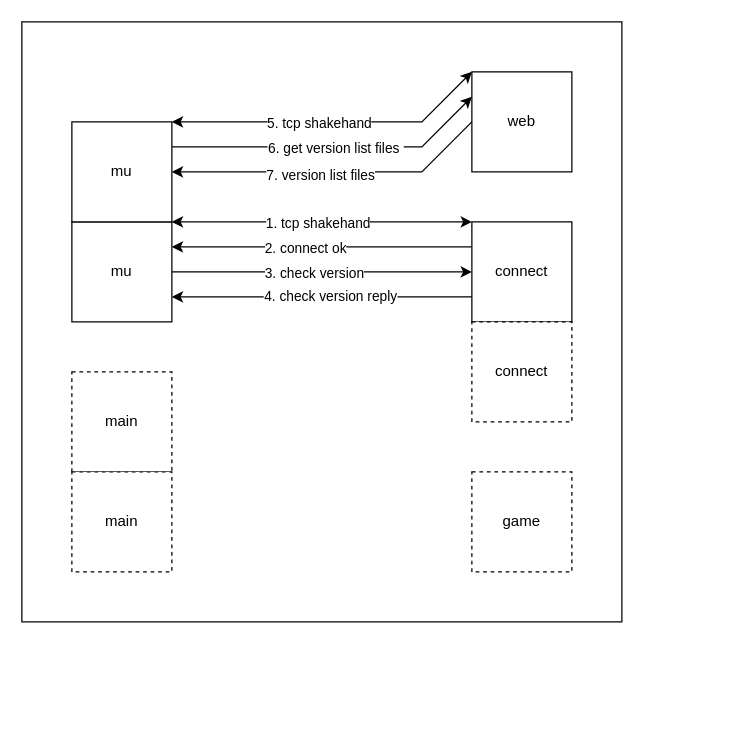
xujintao/balgass keeps this draw.io diagram as docs/auto-update.drawio. Above is the earlier version. Source tidied: cells renumbered, new cells numbered last; positions are measured from the earlier drawing's top-left corner, leaving out a move shared by most shapes. Both pictures are drawn from the tidied source at 125%, with x=0, y=0 at pixel (21, 21).
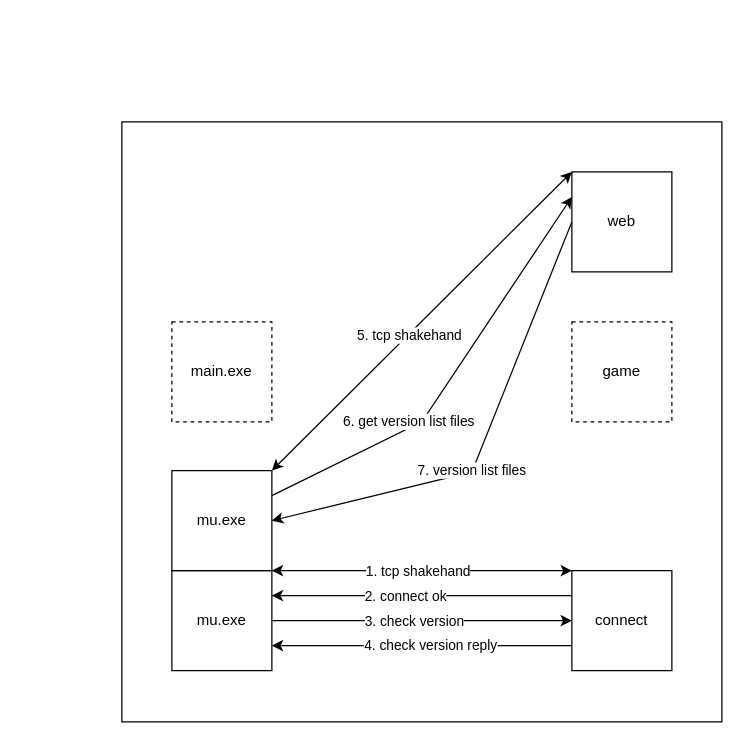
The same diagram, later.

What changed in the source:
```diff
@@
-    <mxCell id="2" style="rounded=0;whiteSpace=wrap;html=1;" parent="1" vertex="1">
-      <mxGeometry width="480" height="480" as="geometry" />
-    </mxCell>
-    <mxCell id="3" value="main" style="rounded=0;whiteSpace=wrap;html=1;dashed=1;" parent="1" vertex="1">
-      <mxGeometry x="40" y="280" width="80" height="80" as="geometry" />
-    </mxCell>
+    <mxCell id="25" style="rounded=0;whiteSpace=wrap;html=1;" parent="1" vertex="1">
+      <mxGeometry x="80" y="80" width="480" height="480" as="geometry" />
+    </mxCell>
     <mxCell id="4" value="game" style="rounded=0;whiteSpace=wrap;html=1;dashed=1;" parent="1" vertex="1">
-      <mxGeometry x="360" y="360" width="80" height="80" as="geometry" />
+      <mxGeometry x="440" y="240" width="80" height="80" as="geometry" />
     </mxCell>
@@
-    <mxCell id="11" value="mu" style="rounded=0;whiteSpace=wrap;html=1;" parent="1" vertex="1">
-      <mxGeometry x="40" y="160" width="80" height="80" as="geometry" />
+    <mxCell id="11" value="mu.exe" style="rounded=0;whiteSpace=wrap;html=1;" parent="1" vertex="1">
+      <mxGeometry x="120" y="439" width="80" height="80" as="geometry" />
     </mxCell>
     <mxCell id="12" value="connect" style="rounded=0;whiteSpace=wrap;html=1;" parent="1" vertex="1">
-      <mxGeometry x="360" y="160" width="80" height="80" as="geometry" />
+      <mxGeometry x="440" y="439" width="80" height="80" as="geometry" />
     </mxCell>
@@
     <mxCell id="15" value="web" style="rounded=0;whiteSpace=wrap;html=1;" parent="1" vertex="1">
-      <mxGeometry x="360" y="40" width="80" height="80" as="geometry" />
+      <mxGeometry x="440" y="120" width="80" height="80" as="geometry" />
     </mxCell>
     <mxCell id="16" style="endArrow=classic;html=1;rounded=0;entryX=0;entryY=0.25;entryDx=0;entryDy=0;exitX=1;exitY=0.25;exitDx=0;exitDy=0;" parent="1" edge="1" source="21" target="15">
       <mxGeometry relative="1" as="geometry">
         <Array as="points">
-          <mxPoint x="320" y="100" />
+          <mxPoint x="320" y="320" />
         </Array>
       </mxGeometry>
     </mxCell>
     <mxCell id="17" value="6. get version list files&amp;nbsp;" style="edgeLabel;html=1;align=center;verticalAlign=middle;" parent="16" vertex="1">
       <mxGeometry x="-0.06" y="-4" relative="1" as="geometry">
-        <mxPoint x="9" y="-4" as="offset" />
+        <mxPoint x="-30" y="23" as="offset" />
       </mxGeometry>
     </mxCell>
     <mxCell id="18" style="endArrow=classic;html=1;rounded=0;exitX=0;exitY=0.5;exitDx=0;exitDy=0;entryX=1;entryY=0.5;entryDx=0;entryDy=0;" parent="1" edge="1" source="15" target="21">
       <mxGeometry relative="1" as="geometry">
         <Array as="points">
-          <mxPoint x="320" y="120" />
+          <mxPoint x="360" y="360" />
         </Array>
       </mxGeometry>
     </mxCell>
     <mxCell id="19" value="7. version list files" style="edgeLabel;html=1;align=center;verticalAlign=middle;" parent="18" vertex="1">
       <mxGeometry x="-0.12" relative="1" as="geometry">
-        <mxPoint x="-25" y="2" as="offset" />
+        <mxPoint x="-18" y="43" as="offset" />
       </mxGeometry>
     </mxCell>
-    <mxCell id="20" value="main" style="rounded=0;whiteSpace=wrap;html=1;dashed=1;" parent="1" vertex="1">
-      <mxGeometry x="40" y="360" width="80" height="80" as="geometry" />
+    <mxCell id="20" value="main.exe" style="rounded=0;whiteSpace=wrap;html=1;dashed=1;" parent="1" vertex="1">
+      <mxGeometry x="120" y="240" width="80" height="80" as="geometry" />
     </mxCell>
-    <mxCell id="21" value="mu" style="rounded=0;whiteSpace=wrap;html=1;" parent="1" vertex="1">
-      <mxGeometry x="40" y="80" width="80" height="80" as="geometry" />
+    <mxCell id="21" value="mu.exe" style="rounded=0;whiteSpace=wrap;html=1;" parent="1" vertex="1">
+      <mxGeometry x="120" y="359" width="80" height="80" as="geometry" />
     </mxCell>
-    <mxCell id="22" value="connect" style="rounded=0;whiteSpace=wrap;html=1;dashed=1;" parent="1" vertex="1">
-      <mxGeometry x="360" y="240" width="80" height="80" as="geometry" />
-    </mxCell>
     <mxCell id="23" style="endArrow=classic;startArrow=classic;html=1;rounded=0;exitX=1;exitY=0;exitDx=0;exitDy=0;entryX=0;entryY=0;entryDx=0;entryDy=0;" parent="1" edge="1" source="21" target="15">
-      <mxGeometry relative="1" as="geometry">
-        <Array as="points">
-          <mxPoint x="320" y="80" />
-        </Array>
-      </mxGeometry>
+      <mxGeometry relative="1" as="geometry" />
     </mxCell>
```
